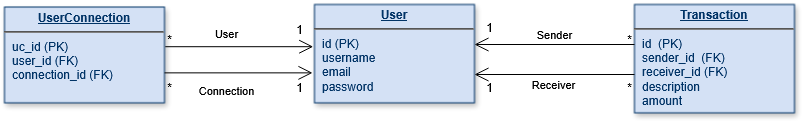
This is docs/datamodel.png from Enkiduduh/paymybuddy_op, a draw.io export, as it was before one commit. Source tidied: cells renumbered, new cells last; positions are measured from the earlier drawing's top-left corner, leaving out a move shared by most shapes. Source of this version:
```xml
<mxGraphModel>
  <root>
    <mxCell id="0" />
    <mxCell id="1" parent="0" />
    <mxCell id="2" value="&lt;p style=&quot;margin: 4px 0px 0px; text-align: center; text-decoration: underline;&quot;&gt;&lt;strong&gt;Transaction&lt;/strong&gt;&lt;/p&gt;&lt;hr&gt;&lt;p style=&quot;margin: 0px; margin-left: 8px;&quot;&gt;id&amp;nbsp; (PK)&lt;/p&gt;&lt;p style=&quot;margin: 0px; margin-left: 8px;&quot;&gt;sender_id&amp;nbsp; (FK)&lt;/p&gt;&lt;p style=&quot;margin: 0px; margin-left: 8px;&quot;&gt;receiver_id &lt;span style=&quot;white-space: pre;&quot;&gt;(FK)&#9;&lt;/span&gt;&lt;/p&gt;&lt;p style=&quot;margin: 0px; margin-left: 8px;&quot;&gt;description&lt;/p&gt;&lt;p style=&quot;margin: 0px; margin-left: 8px;&quot;&gt;amount&lt;/p&gt;" style="verticalAlign=top;align=left;overflow=fill;fontSize=12;fontFamily=Helvetica;html=1;strokeColor=#003366;shadow=1;fillColor=#D4E1F5;fontColor=#003366;" parent="1" vertex="1">
      <mxGeometry x="630" width="160" height="108.4" as="geometry" />
    </mxCell>
    <mxCell id="3" value="&lt;p style=&quot;margin: 4px 0px 0px; text-align: center; text-decoration: underline;&quot;&gt;&lt;strong&gt;UserConnection&lt;/strong&gt;&lt;/p&gt;&lt;hr&gt;&lt;p style=&quot;margin: 0px; margin-left: 8px;&quot;&gt;uc_id (PK)&lt;/p&gt;&lt;p style=&quot;margin: 0px; margin-left: 8px;&quot;&gt;user_id (FK)&lt;/p&gt;&lt;p style=&quot;margin: 0px; margin-left: 8px;&quot;&gt;connection_id (FK)&lt;/p&gt;&lt;p style=&quot;margin: 0px; margin-left: 8px;&quot;&gt;&lt;br&gt;&lt;/p&gt;" style="verticalAlign=top;align=left;overflow=fill;fontSize=12;fontFamily=Helvetica;html=1;strokeColor=#003366;shadow=1;fillColor=#D4E1F5;fontColor=#003366;" parent="1" vertex="1">
      <mxGeometry y="2.5" width="160" height="95.8" as="geometry" />
    </mxCell>
    <mxCell id="4" value="&lt;p style=&quot;margin: 4px 0px 0px; text-align: center; text-decoration: underline;&quot;&gt;&lt;strong&gt;User&lt;/strong&gt;&lt;/p&gt;&lt;hr&gt;&lt;p style=&quot;margin: 0px; margin-left: 8px;&quot;&gt;id &lt;span style=&quot;white-space: pre;&quot;&gt;(PK)&lt;/span&gt;&lt;/p&gt;&lt;p style=&quot;margin: 0px; margin-left: 8px;&quot;&gt;username&lt;span style=&quot;white-space: pre;&quot;&gt;&#9;&lt;/span&gt;&lt;/p&gt;&lt;p style=&quot;margin: 0px; margin-left: 8px;&quot;&gt;email&lt;/p&gt;&lt;p style=&quot;margin: 0px; margin-left: 8px;&quot;&gt;password&lt;/p&gt;" style="verticalAlign=top;align=left;overflow=fill;fontSize=12;fontFamily=Helvetica;html=1;strokeColor=#003366;shadow=1;fillColor=#D4E1F5;fontColor=#003366;" parent="1" vertex="1">
      <mxGeometry x="310" width="160" height="98.4" as="geometry" />
    </mxCell>
    <mxCell id="5" style="endArrow=open;endFill=1;endSize=12;html=1;rounded=0;" parent="1" edge="1">
      <mxGeometry relative="1" as="geometry">
        <mxPoint x="630" y="40" as="sourcePoint" />
        <mxPoint x="470" y="40" as="targetPoint" />
      </mxGeometry>
    </mxCell>
    <mxCell id="6" value="Sender" style="edgeLabel;html=1;align=center;verticalAlign=middle;" parent="5" vertex="1">
      <mxGeometry x="-0.09" y="2" relative="1" as="geometry">
        <mxPoint x="-7" y="-12" as="offset" />
      </mxGeometry>
    </mxCell>
    <mxCell id="7" style="endArrow=open;endFill=1;endSize=12;html=1;rounded=0;" parent="1" edge="1">
      <mxGeometry relative="1" as="geometry">
        <mxPoint x="630" y="70" as="sourcePoint" />
        <mxPoint x="470" y="70" as="targetPoint" />
      </mxGeometry>
    </mxCell>
    <mxCell id="8" value="Receiver" style="edgeLabel;html=1;align=center;verticalAlign=middle;" parent="7" vertex="1">
      <mxGeometry x="0.02" y="-3" relative="1" as="geometry">
        <mxPoint y="13" as="offset" />
      </mxGeometry>
    </mxCell>
    <mxCell id="9" value="1" style="text;html=1;align=center;verticalAlign=middle;strokeColor=none;fillColor=none;" parent="1" vertex="1">
      <mxGeometry x="470" y="8" width="30" height="30" as="geometry" />
    </mxCell>
    <mxCell id="10" value="1" style="text;html=1;align=center;verticalAlign=middle;strokeColor=none;fillColor=none;" parent="1" vertex="1">
      <mxGeometry x="470" y="68.4" width="30" height="30" as="geometry" />
    </mxCell>
    <mxCell id="11" value="*" style="text;html=1;align=center;verticalAlign=middle;strokeColor=none;fillColor=none;" parent="1" vertex="1">
      <mxGeometry x="610" y="68.4" width="30" height="30" as="geometry" />
    </mxCell>
    <mxCell id="12" value="*" style="text;html=1;align=center;verticalAlign=middle;strokeColor=none;fillColor=none;" parent="1" vertex="1">
      <mxGeometry x="610" y="20" width="30" height="30" as="geometry" />
    </mxCell>
    <mxCell id="13" style="endArrow=open;endFill=1;endSize=12;html=1;rounded=0;entryX=-0.008;entryY=0.429;entryDx=0;entryDy=0;entryPerimeter=0;exitX=1.005;exitY=0.414;exitDx=0;exitDy=0;exitPerimeter=0;" parent="1" edge="1" source="3" target="4">
      <mxGeometry relative="1" as="geometry" />
    </mxCell>
    <mxCell id="14" value="User" style="edgeLabel;html=1;align=center;verticalAlign=middle;" parent="13" vertex="1">
      <mxGeometry x="-0.09" y="2" relative="1" as="geometry">
        <mxPoint x="-7" y="-12" as="offset" />
      </mxGeometry>
    </mxCell>
    <mxCell id="15" style="endArrow=open;endFill=1;endSize=12;html=1;rounded=0;entryX=-0.008;entryY=0.429;entryDx=0;entryDy=0;entryPerimeter=0;exitX=1.005;exitY=0.414;exitDx=0;exitDy=0;exitPerimeter=0;" parent="1" edge="1">
      <mxGeometry relative="1" as="geometry">
        <mxPoint x="160" y="68.4" as="sourcePoint" />
        <mxPoint x="308" y="68.4" as="targetPoint" />
      </mxGeometry>
    </mxCell>
    <mxCell id="16" value="Connection" style="edgeLabel;html=1;align=center;verticalAlign=middle;" parent="1" vertex="1">
      <mxGeometry x="260" y="98.4" as="geometry">
        <mxPoint x="-38" y="-13" as="offset" />
      </mxGeometry>
    </mxCell>
    <mxCell id="17" value="*" style="text;html=1;align=center;verticalAlign=middle;strokeColor=none;fillColor=none;" parent="1" vertex="1">
      <mxGeometry x="150" y="68.4" width="30" height="30" as="geometry" />
    </mxCell>
    <mxCell id="18" value="*" style="text;html=1;align=center;verticalAlign=middle;points=[];strokeColor=none;fillColor=none;" parent="1" vertex="1">
      <mxGeometry x="150" y="20" width="30" height="30" as="geometry" />
    </mxCell>
    <mxCell id="19" value="1" style="text;html=1;align=center;verticalAlign=middle;strokeColor=none;fillColor=none;" parent="1" vertex="1">
      <mxGeometry x="280" y="10" width="30" height="30" as="geometry" />
    </mxCell>
    <mxCell id="20" value="1" style="text;html=1;align=center;verticalAlign=middle;points=[];strokeColor=none;fillColor=none;" parent="1" vertex="1">
      <mxGeometry x="280" y="68.4" width="30" height="30" as="geometry" />
    </mxCell>
  </root>
</mxGraphModel>
```
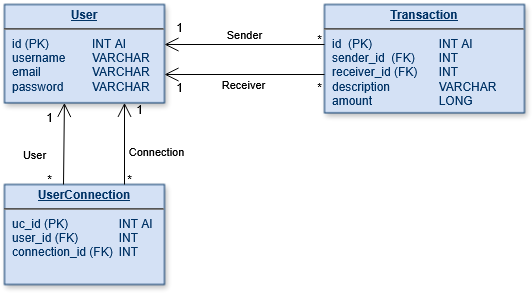
The same file after the commit.

The edit, as a diff of the source:
```diff
@@ -2,13 +2,13 @@
   <root>
     <mxCell id="0" />
     <mxCell id="1" parent="0" />
-    <mxCell id="2" value="&lt;p style=&quot;margin: 4px 0px 0px; text-align: center; text-decoration: underline;&quot;&gt;&lt;strong&gt;Transaction&lt;/strong&gt;&lt;/p&gt;&lt;hr&gt;&lt;p style=&quot;margin: 0px; margin-left: 8px;&quot;&gt;id&amp;nbsp; (PK)&lt;/p&gt;&lt;p style=&quot;margin: 0px; margin-left: 8px;&quot;&gt;sender_id&amp;nbsp; (FK)&lt;/p&gt;&lt;p style=&quot;margin: 0px; margin-left: 8px;&quot;&gt;receiver_id &lt;span style=&quot;white-space: pre;&quot;&gt;(FK)&#9;&lt;/span&gt;&lt;/p&gt;&lt;p style=&quot;margin: 0px; margin-left: 8px;&quot;&gt;description&lt;/p&gt;&lt;p style=&quot;margin: 0px; margin-left: 8px;&quot;&gt;amount&lt;/p&gt;" style="verticalAlign=top;align=left;overflow=fill;fontSize=12;fontFamily=Helvetica;html=1;strokeColor=#003366;shadow=1;fillColor=#D4E1F5;fontColor=#003366;" parent="1" vertex="1">
-      <mxGeometry x="630" width="160" height="108.4" as="geometry" />
+    <mxCell id="2" value="&lt;p style=&quot;margin: 4px 0px 0px; text-align: center; text-decoration: underline;&quot;&gt;&lt;strong&gt;Transaction&lt;/strong&gt;&lt;/p&gt;&lt;hr&gt;&lt;p style=&quot;margin: 0px; margin-left: 8px;&quot;&gt;id&amp;nbsp; (PK)&lt;span style=&quot;white-space: pre;&quot;&gt;&#9;&lt;/span&gt;&lt;span style=&quot;white-space: pre;&quot;&gt;&#9;&lt;/span&gt;&lt;span style=&quot;white-space: pre;&quot;&gt;&#9;&lt;/span&gt;INT AI&lt;/p&gt;&lt;p style=&quot;margin: 0px; margin-left: 8px;&quot;&gt;sender_id&amp;nbsp; (FK)&lt;span style=&quot;white-space: pre;&quot;&gt;&#9;&lt;/span&gt;INT&lt;/p&gt;&lt;p style=&quot;margin: 0px; margin-left: 8px;&quot;&gt;receiver_id &lt;span style=&quot;white-space: pre;&quot;&gt;(FK)&#9;INT&lt;/span&gt;&lt;/p&gt;&lt;p style=&quot;margin: 0px; margin-left: 8px;&quot;&gt;description&lt;span style=&quot;white-space: pre;&quot;&gt;&#9;&lt;/span&gt;&lt;span style=&quot;white-space: pre;&quot;&gt;&#9;&lt;/span&gt;VARCHAR&lt;/p&gt;&lt;p style=&quot;margin: 0px; margin-left: 8px;&quot;&gt;amount&lt;span style=&quot;white-space: pre;&quot;&gt;&#9;&lt;/span&gt;&lt;span style=&quot;white-space: pre;&quot;&gt;&#9;&lt;/span&gt;&lt;span style=&quot;white-space: pre;&quot;&gt;&#9;LONG&lt;/span&gt;&lt;/p&gt;" style="verticalAlign=top;align=left;overflow=fill;fontSize=12;fontFamily=Helvetica;html=1;strokeColor=#003366;shadow=1;fillColor=#D4E1F5;fontColor=#003366;" parent="1" vertex="1">
+      <mxGeometry x="630" width="200" height="108.4" as="geometry" />
     </mxCell>
-    <mxCell id="3" value="&lt;p style=&quot;margin: 4px 0px 0px; text-align: center; text-decoration: underline;&quot;&gt;&lt;strong&gt;UserConnection&lt;/strong&gt;&lt;/p&gt;&lt;hr&gt;&lt;p style=&quot;margin: 0px; margin-left: 8px;&quot;&gt;uc_id (PK)&lt;/p&gt;&lt;p style=&quot;margin: 0px; margin-left: 8px;&quot;&gt;user_id (FK)&lt;/p&gt;&lt;p style=&quot;margin: 0px; margin-left: 8px;&quot;&gt;connection_id (FK)&lt;/p&gt;&lt;p style=&quot;margin: 0px; margin-left: 8px;&quot;&gt;&lt;br&gt;&lt;/p&gt;" style="verticalAlign=top;align=left;overflow=fill;fontSize=12;fontFamily=Helvetica;html=1;strokeColor=#003366;shadow=1;fillColor=#D4E1F5;fontColor=#003366;" parent="1" vertex="1">
-      <mxGeometry y="2.5" width="160" height="95.8" as="geometry" />
+    <mxCell id="3" value="&lt;p style=&quot;margin: 4px 0px 0px; text-align: center; text-decoration: underline;&quot;&gt;&lt;strong&gt;UserConnection&lt;/strong&gt;&lt;/p&gt;&lt;hr&gt;&lt;p style=&quot;margin: 0px; margin-left: 8px;&quot;&gt;uc_id (PK)&lt;span style=&quot;white-space: pre;&quot;&gt;&#9;&lt;/span&gt;&lt;span style=&quot;white-space: pre;&quot;&gt;&#9;&lt;/span&gt;INT AI&lt;/p&gt;&lt;p style=&quot;margin: 0px; margin-left: 8px;&quot;&gt;user_id (FK)&lt;span style=&quot;white-space: pre;&quot;&gt;&#9;&lt;/span&gt;&lt;span style=&quot;white-space: pre;&quot;&gt;&#9;&lt;/span&gt;INT&lt;/p&gt;&lt;p style=&quot;margin: 0px; margin-left: 8px;&quot;&gt;connection_id (FK)&lt;span style=&quot;white-space: pre;&quot;&gt;&#9;&lt;/span&gt;INT&lt;/p&gt;&lt;p style=&quot;margin: 0px; margin-left: 8px;&quot;&gt;&lt;br&gt;&lt;/p&gt;" style="verticalAlign=top;align=left;overflow=fill;fontSize=12;fontFamily=Helvetica;html=1;strokeColor=#003366;shadow=1;fillColor=#D4E1F5;fontColor=#003366;" parent="1" vertex="1">
+      <mxGeometry x="310" y="180" width="160" height="100" as="geometry" />
     </mxCell>
-    <mxCell id="4" value="&lt;p style=&quot;margin: 4px 0px 0px; text-align: center; text-decoration: underline;&quot;&gt;&lt;strong&gt;User&lt;/strong&gt;&lt;/p&gt;&lt;hr&gt;&lt;p style=&quot;margin: 0px; margin-left: 8px;&quot;&gt;id &lt;span style=&quot;white-space: pre;&quot;&gt;(PK)&lt;/span&gt;&lt;/p&gt;&lt;p style=&quot;margin: 0px; margin-left: 8px;&quot;&gt;username&lt;span style=&quot;white-space: pre;&quot;&gt;&#9;&lt;/span&gt;&lt;/p&gt;&lt;p style=&quot;margin: 0px; margin-left: 8px;&quot;&gt;email&lt;/p&gt;&lt;p style=&quot;margin: 0px; margin-left: 8px;&quot;&gt;password&lt;/p&gt;" style="verticalAlign=top;align=left;overflow=fill;fontSize=12;fontFamily=Helvetica;html=1;strokeColor=#003366;shadow=1;fillColor=#D4E1F5;fontColor=#003366;" parent="1" vertex="1">
+    <mxCell id="4" value="&lt;p style=&quot;margin: 4px 0px 0px; text-align: center; text-decoration: underline;&quot;&gt;&lt;strong&gt;User&lt;/strong&gt;&lt;/p&gt;&lt;hr&gt;&lt;p style=&quot;margin: 0px; margin-left: 8px;&quot;&gt;id &lt;span style=&quot;white-space: pre;&quot;&gt;(PK)&lt;span style=&quot;white-space: pre;&quot;&gt;&#9;&lt;/span&gt;&lt;span style=&quot;white-space: pre;&quot;&gt;&#9;&lt;/span&gt;INT AI&lt;/span&gt;&lt;/p&gt;&lt;p style=&quot;margin: 0px; margin-left: 8px;&quot;&gt;username&lt;span style=&quot;white-space: pre;&quot;&gt;&#9;VARCHAR&lt;/span&gt;&lt;/p&gt;&lt;p style=&quot;margin: 0px; margin-left: 8px;&quot;&gt;email&lt;span style=&quot;white-space: pre;&quot;&gt;&#9;&lt;span style=&quot;white-space: pre;&quot;&gt;&#9;&lt;/span&gt;&lt;/span&gt;&lt;span style=&quot;white-space: pre;&quot;&gt;VARCHAR&lt;/span&gt;&lt;/p&gt;&lt;p style=&quot;margin: 0px; margin-left: 8px;&quot;&gt;password&lt;span style=&quot;white-space: pre;&quot;&gt;&#9;&lt;/span&gt;&lt;span style=&quot;white-space: pre;&quot;&gt;VARCHAR&lt;/span&gt;&lt;/p&gt;" style="verticalAlign=top;align=left;overflow=fill;fontSize=12;fontFamily=Helvetica;html=1;strokeColor=#003366;shadow=1;fillColor=#D4E1F5;fontColor=#003366;" parent="1" vertex="1">
       <mxGeometry x="310" width="160" height="98.4" as="geometry" />
     </mxCell>
     <mxCell id="5" style="endArrow=open;endFill=1;endSize=12;html=1;rounded=0;" parent="1" edge="1">
@@ -45,36 +45,35 @@
     <mxCell id="12" value="*" style="text;html=1;align=center;verticalAlign=middle;strokeColor=none;fillColor=none;" parent="1" vertex="1">
       <mxGeometry x="610" y="20" width="30" height="30" as="geometry" />
     </mxCell>
-    <mxCell id="13" style="endArrow=open;endFill=1;endSize=12;html=1;rounded=0;entryX=-0.008;entryY=0.429;entryDx=0;entryDy=0;entryPerimeter=0;exitX=1.005;exitY=0.414;exitDx=0;exitDy=0;exitPerimeter=0;" parent="1" edge="1" source="3" target="4">
-      <mxGeometry relative="1" as="geometry" />
+    <mxCell id="13" style="endArrow=open;endFill=1;endSize=12;html=1;rounded=0;entryX=0.75;entryY=1;entryDx=0;entryDy=0;" parent="1" edge="1" target="4">
+      <mxGeometry relative="1" as="geometry">
+        <mxPoint x="430" y="180" as="sourcePoint" />
+      </mxGeometry>
     </mxCell>
     <mxCell id="14" value="User" style="edgeLabel;html=1;align=center;verticalAlign=middle;" parent="13" vertex="1">
       <mxGeometry x="-0.09" y="2" relative="1" as="geometry">
-        <mxPoint x="-7" y="-12" as="offset" />
+        <mxPoint x="-88" y="7" as="offset" />
       </mxGeometry>
     </mxCell>
-    <mxCell id="15" style="endArrow=open;endFill=1;endSize=12;html=1;rounded=0;entryX=-0.008;entryY=0.429;entryDx=0;entryDy=0;entryPerimeter=0;exitX=1.005;exitY=0.414;exitDx=0;exitDy=0;exitPerimeter=0;" parent="1" edge="1">
-      <mxGeometry relative="1" as="geometry">
-        <mxPoint x="160" y="68.4" as="sourcePoint" />
-        <mxPoint x="308" y="68.4" as="targetPoint" />
-      </mxGeometry>
+    <mxCell id="15" style="endArrow=open;endFill=1;endSize=12;html=1;rounded=0;exitX=0.967;exitY=0.667;exitDx=0;exitDy=0;exitPerimeter=0;entryX=0.998;entryY=0.001;entryDx=0;entryDy=0;entryPerimeter=0;" parent="1" edge="1" source="18" target="20">
+      <mxGeometry relative="1" as="geometry" />
     </mxCell>
     <mxCell id="16" value="Connection" style="edgeLabel;html=1;align=center;verticalAlign=middle;" parent="1" vertex="1">
-      <mxGeometry x="260" y="98.4" as="geometry">
+      <mxGeometry x="500" y="160" as="geometry">
         <mxPoint x="-38" y="-13" as="offset" />
       </mxGeometry>
     </mxCell>
     <mxCell id="17" value="*" style="text;html=1;align=center;verticalAlign=middle;strokeColor=none;fillColor=none;" parent="1" vertex="1">
-      <mxGeometry x="150" y="68.4" width="30" height="30" as="geometry" />
+      <mxGeometry x="420" y="160" width="30" height="30" as="geometry" />
     </mxCell>
     <mxCell id="18" value="*" style="text;html=1;align=center;verticalAlign=middle;points=[];strokeColor=none;fillColor=none;" parent="1" vertex="1">
-      <mxGeometry x="150" y="20" width="30" height="30" as="geometry" />
+      <mxGeometry x="340" y="160" width="30" height="30" as="geometry" />
     </mxCell>
     <mxCell id="19" value="1" style="text;html=1;align=center;verticalAlign=middle;strokeColor=none;fillColor=none;" parent="1" vertex="1">
-      <mxGeometry x="280" y="10" width="30" height="30" as="geometry" />
+      <mxGeometry x="430" y="90" width="30" height="30" as="geometry" />
     </mxCell>
     <mxCell id="20" value="1" style="text;html=1;align=center;verticalAlign=middle;points=[];strokeColor=none;fillColor=none;" parent="1" vertex="1">
-      <mxGeometry x="280" y="68.4" width="30" height="30" as="geometry" />
+      <mxGeometry x="340" y="98.4" width="30" height="30" as="geometry" />
     </mxCell>
   </root>
 </mxGraphModel>
```
